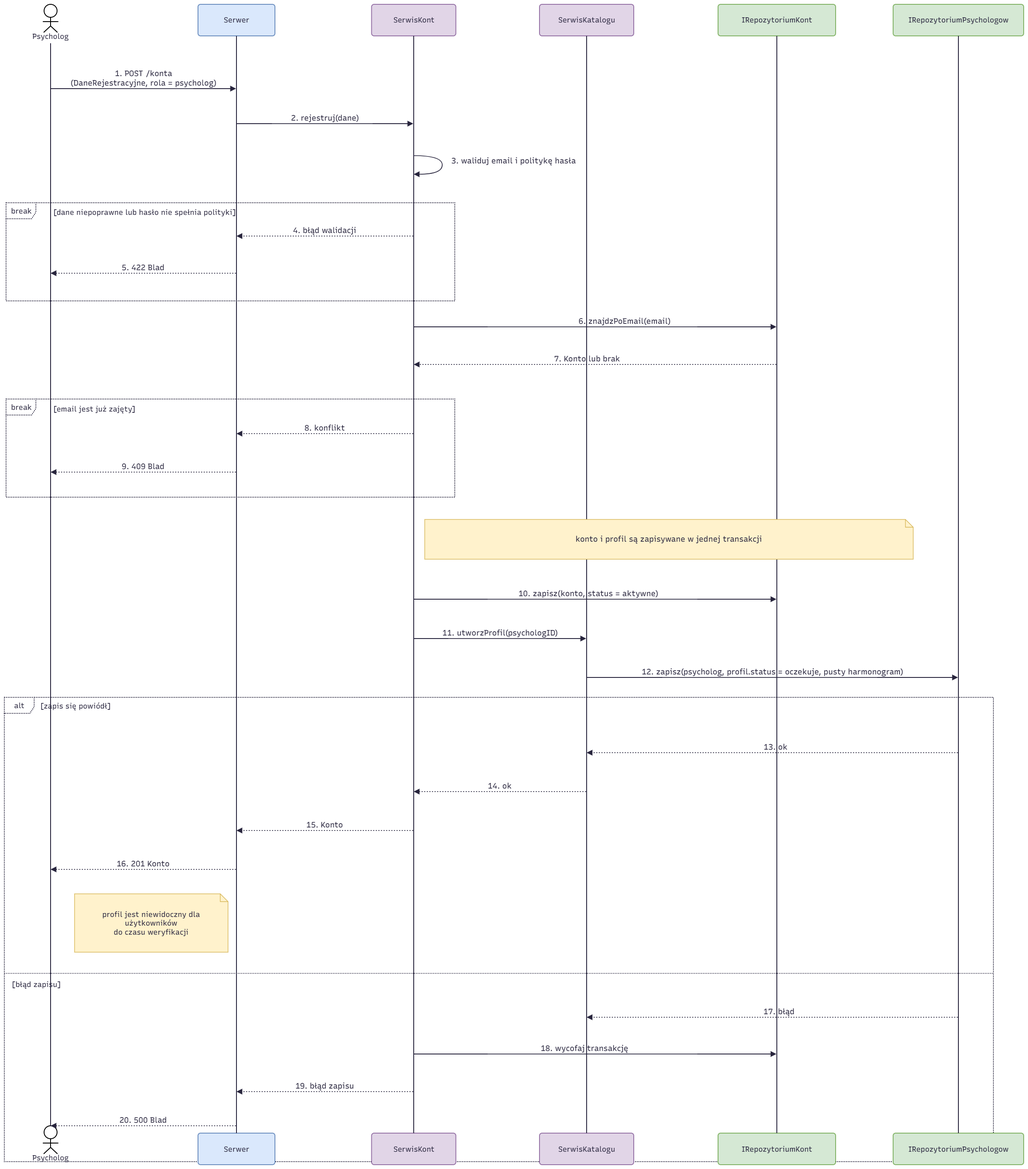
Earlier version of the draw.io export checkpoint_3/diagramy_sekwencji/zakladanie_kont/Zakladanie_konta_psychologa.drawio.png (paw10x/PsychSearch). Source tidied: cells renumbered, new cells last; positions are measured from the earlier drawing's top-left corner, leaving out a move shared by most shapes.
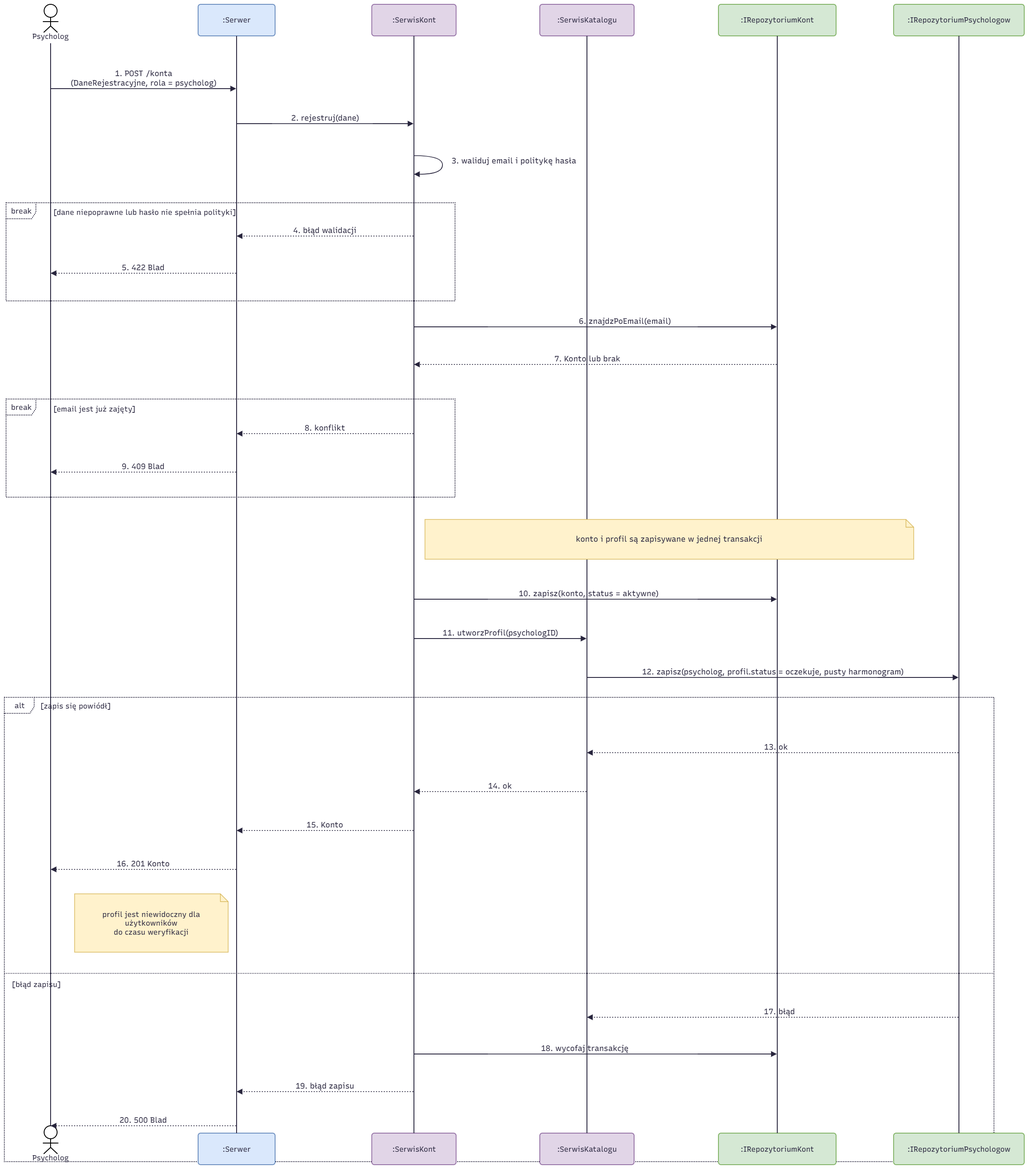
After the change.

The edit, as a diff of the source:
```diff
@@ -35,19 +35,19 @@
     <mxCell id="12" value="Psycholog" style="html=1;shape=umlLifeline;perimeter=lifelinePerimeter;whiteSpace=wrap;outlineConnect=0;portConstraint=eastwest;newEdgeStyle={&quot;edgeStyle&quot;:&quot;sequenceEdgeStyle&quot;,&quot;libavoidRouting&quot;:0,&quot;curved&quot;:0,&quot;rounded&quot;:0};lifelineDashed=0;strokeWidth=2;rounded=1;absoluteArcSize=1;arcSize=12;lifelineColor=#28253D;size=90;lifelineMirror=1;fontFamily=Recursive;fontSize=17;fontColor=#28253D;shadow=0;fontSource=https%3A%2F%2Ffonts.googleapis.com%2Fcss%3Ffamily%3DRecursive;participant=seqActorStick;verticalAlign=bottom;align=center;spacingBottom=4;" parent="2" vertex="1">
       <mxGeometry x="113" y="137" width="154" height="2684" as="geometry" />
     </mxCell>
-    <mxCell id="13" value="Serwer" style="html=1;shape=umlLifeline;perimeter=lifelinePerimeter;whiteSpace=wrap;outlineConnect=0;portConstraint=eastwest;newEdgeStyle={&quot;edgeStyle&quot;:&quot;sequenceEdgeStyle&quot;,&quot;libavoidRouting&quot;:0,&quot;curved&quot;:0,&quot;rounded&quot;:0};lifelineDashed=0;strokeWidth=2;rounded=1;absoluteArcSize=1;arcSize=12;lifelineColor=#28253D;size=73;lifelineMirror=1;fontFamily=Recursive;fontSize=17;fontColor=#28253D;shadow=0;fontSource=https%3A%2F%2Ffonts.googleapis.com%2Fcss%3Ffamily%3DRecursive;fillColor=#dae8fc;strokeColor=#6c8ebf;" parent="2" vertex="1">
+    <mxCell id="13" value=":Serwer" style="html=1;shape=umlLifeline;perimeter=lifelinePerimeter;whiteSpace=wrap;outlineConnect=0;portConstraint=eastwest;newEdgeStyle={&quot;edgeStyle&quot;:&quot;sequenceEdgeStyle&quot;,&quot;libavoidRouting&quot;:0,&quot;curved&quot;:0,&quot;rounded&quot;:0};lifelineDashed=0;strokeWidth=2;rounded=1;absoluteArcSize=1;arcSize=12;lifelineColor=#28253D;size=73;lifelineMirror=1;fontFamily=Recursive;fontSize=17;fontColor=#28253D;shadow=0;fontSource=https%3A%2F%2Ffonts.googleapis.com%2Fcss%3Ffamily%3DRecursive;fillColor=#dae8fc;strokeColor=#6c8ebf;" parent="2" vertex="1">
       <mxGeometry x="531" y="137" width="178" height="2684" as="geometry" />
     </mxCell>
-    <mxCell id="14" value="SerwisKont" style="html=1;shape=umlLifeline;perimeter=lifelinePerimeter;whiteSpace=wrap;outlineConnect=0;portConstraint=eastwest;newEdgeStyle={&quot;edgeStyle&quot;:&quot;sequenceEdgeStyle&quot;,&quot;libavoidRouting&quot;:0,&quot;curved&quot;:0,&quot;rounded&quot;:0};lifelineDashed=0;strokeWidth=2;rounded=1;absoluteArcSize=1;arcSize=12;lifelineColor=#28253D;size=73;lifelineMirror=1;fontFamily=Recursive;fontSize=17;fontColor=#28253D;shadow=0;fontSource=https%3A%2F%2Ffonts.googleapis.com%2Fcss%3Ffamily%3DRecursive;fillColor=#e1d5e7;strokeColor=#9673a6;" parent="2" vertex="1">
+    <mxCell id="14" value=":SerwisKont" style="html=1;shape=umlLifeline;perimeter=lifelinePerimeter;whiteSpace=wrap;outlineConnect=0;portConstraint=eastwest;newEdgeStyle={&quot;edgeStyle&quot;:&quot;sequenceEdgeStyle&quot;,&quot;libavoidRouting&quot;:0,&quot;curved&quot;:0,&quot;rounded&quot;:0};lifelineDashed=0;strokeWidth=2;rounded=1;absoluteArcSize=1;arcSize=12;lifelineColor=#28253D;size=73;lifelineMirror=1;fontFamily=Recursive;fontSize=17;fontColor=#28253D;shadow=0;fontSource=https%3A%2F%2Ffonts.googleapis.com%2Fcss%3Ffamily%3DRecursive;fillColor=#e1d5e7;strokeColor=#9673a6;" parent="2" vertex="1">
       <mxGeometry x="932.5" y="137" width="195" height="2684" as="geometry" />
     </mxCell>
-    <mxCell id="15" value="SerwisKatalogu" style="html=1;shape=umlLifeline;perimeter=lifelinePerimeter;whiteSpace=wrap;outlineConnect=0;portConstraint=eastwest;newEdgeStyle={&quot;edgeStyle&quot;:&quot;sequenceEdgeStyle&quot;,&quot;libavoidRouting&quot;:0,&quot;curved&quot;:0,&quot;rounded&quot;:0};lifelineDashed=0;strokeWidth=2;rounded=1;absoluteArcSize=1;arcSize=12;lifelineColor=#28253D;size=73;lifelineMirror=1;fontFamily=Recursive;fontSize=17;fontColor=#28253D;shadow=0;fontSource=https%3A%2F%2Ffonts.googleapis.com%2Fcss%3Ffamily%3DRecursive;fillColor=#e1d5e7;strokeColor=#9673a6;" parent="2" vertex="1">
+    <mxCell id="15" value=":SerwisKatalogu" style="html=1;shape=umlLifeline;perimeter=lifelinePerimeter;whiteSpace=wrap;outlineConnect=0;portConstraint=eastwest;newEdgeStyle={&quot;edgeStyle&quot;:&quot;sequenceEdgeStyle&quot;,&quot;libavoidRouting&quot;:0,&quot;curved&quot;:0,&quot;rounded&quot;:0};lifelineDashed=0;strokeWidth=2;rounded=1;absoluteArcSize=1;arcSize=12;lifelineColor=#28253D;size=73;lifelineMirror=1;fontFamily=Recursive;fontSize=17;fontColor=#28253D;shadow=0;fontSource=https%3A%2F%2Ffonts.googleapis.com%2Fcss%3Ffamily%3DRecursive;fillColor=#e1d5e7;strokeColor=#9673a6;" parent="2" vertex="1">
       <mxGeometry x="1321" y="137" width="218" height="2684" as="geometry" />
     </mxCell>
-    <mxCell id="16" value="IRepozytoriumKont" style="html=1;shape=umlLifeline;perimeter=lifelinePerimeter;whiteSpace=wrap;outlineConnect=0;portConstraint=eastwest;newEdgeStyle={&quot;edgeStyle&quot;:&quot;sequenceEdgeStyle&quot;,&quot;libavoidRouting&quot;:0,&quot;curved&quot;:0,&quot;rounded&quot;:0};lifelineDashed=0;strokeWidth=2;rounded=1;absoluteArcSize=1;arcSize=12;lifelineColor=#28253D;size=73;lifelineMirror=1;fontFamily=Recursive;fontSize=17;fontColor=#28253D;shadow=0;fontSource=https%3A%2F%2Ffonts.googleapis.com%2Fcss%3Ffamily%3DRecursive;fillColor=#d5e8d4;strokeColor=#82b366;" parent="2" vertex="1">
+    <mxCell id="16" value=":IRepozytoriumKont" style="html=1;shape=umlLifeline;perimeter=lifelinePerimeter;whiteSpace=wrap;outlineConnect=0;portConstraint=eastwest;newEdgeStyle={&quot;edgeStyle&quot;:&quot;sequenceEdgeStyle&quot;,&quot;libavoidRouting&quot;:0,&quot;curved&quot;:0,&quot;rounded&quot;:0};lifelineDashed=0;strokeWidth=2;rounded=1;absoluteArcSize=1;arcSize=12;lifelineColor=#28253D;size=73;lifelineMirror=1;fontFamily=Recursive;fontSize=17;fontColor=#28253D;shadow=0;fontSource=https%3A%2F%2Ffonts.googleapis.com%2Fcss%3Ffamily%3DRecursive;fillColor=#d5e8d4;strokeColor=#82b366;" parent="2" vertex="1">
       <mxGeometry x="1734" y="137" width="272" height="2684" as="geometry" />
     </mxCell>
-    <mxCell id="17" value="IRepozytoriumPsychologow" style="html=1;shape=umlLifeline;perimeter=lifelinePerimeter;whiteSpace=wrap;outlineConnect=0;portConstraint=eastwest;newEdgeStyle={&quot;edgeStyle&quot;:&quot;sequenceEdgeStyle&quot;,&quot;libavoidRouting&quot;:0,&quot;curved&quot;:0,&quot;rounded&quot;:0};lifelineDashed=0;strokeWidth=2;rounded=1;absoluteArcSize=1;arcSize=12;lifelineColor=#28253D;size=73;lifelineMirror=1;fontFamily=Recursive;fontSize=17;fontColor=#28253D;shadow=0;fontSource=https%3A%2F%2Ffonts.googleapis.com%2Fcss%3Ffamily%3DRecursive;fillColor=#d5e8d4;strokeColor=#82b366;" parent="2" vertex="1">
+    <mxCell id="17" value=":IRepozytoriumPsychologow" style="html=1;shape=umlLifeline;perimeter=lifelinePerimeter;whiteSpace=wrap;outlineConnect=0;portConstraint=eastwest;newEdgeStyle={&quot;edgeStyle&quot;:&quot;sequenceEdgeStyle&quot;,&quot;libavoidRouting&quot;:0,&quot;curved&quot;:0,&quot;rounded&quot;:0};lifelineDashed=0;strokeWidth=2;rounded=1;absoluteArcSize=1;arcSize=12;lifelineColor=#28253D;size=73;lifelineMirror=1;fontFamily=Recursive;fontSize=17;fontColor=#28253D;shadow=0;fontSource=https%3A%2F%2Ffonts.googleapis.com%2Fcss%3Ffamily%3DRecursive;fillColor=#d5e8d4;strokeColor=#82b366;" parent="2" vertex="1">
       <mxGeometry x="2139" y="137" width="302" height="2684" as="geometry" />
     </mxCell>
     <mxCell id="18" value="1. POST /konta&#10;(DaneRejestracyjne, rola = psycholog)" style="endArrow=block;endSize=9;verticalAlign=bottom;spacingBottom=2;edgeStyle=sequenceEdgeStyle;libavoidRouting=0;curved=0;rounded=0;fontSize=18;labelBackgroundColor=none;strokeWidth=1.7;strokeColor=#28253D;fontColor=#28253D;fontFamily=Recursive;fontSource=https%3A%2F%2Ffonts.googleapis.com%2Fcss%3Ffamily%3DRecursive;" parent="2" edge="1" source="12" target="13">
```
